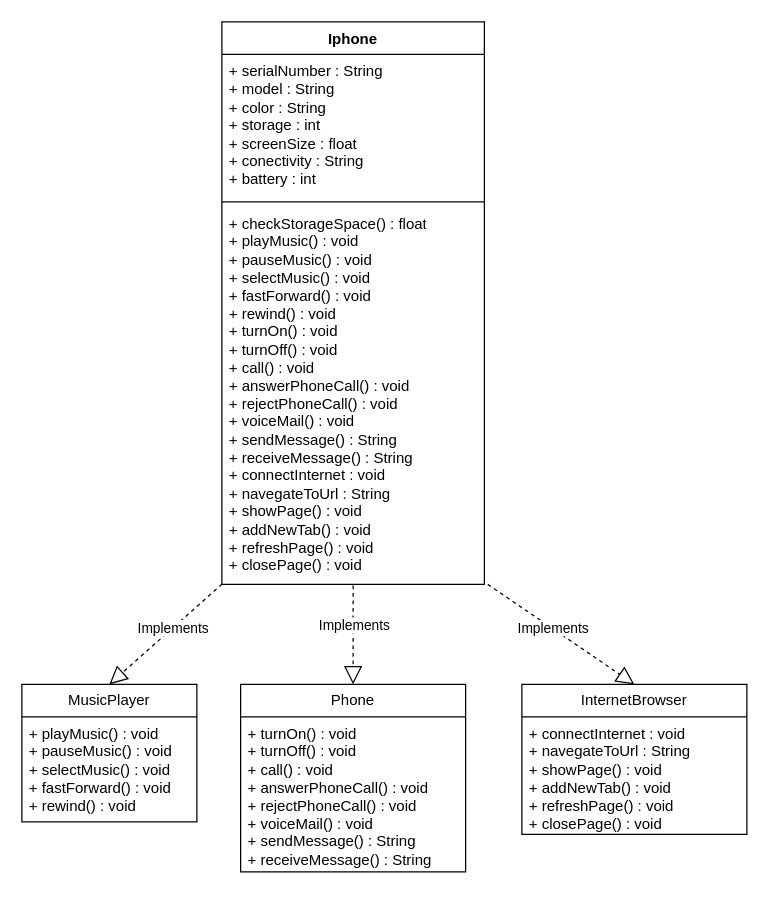
Earlier version of the draw.io diagram diagram/UML-Iphone.drawio (lucascbarone/java-iphone). Source tidied: cells renumbered, new cells numbered last; positions are measured from the earlier drawing's top-left corner, leaving out a move shared by most shapes. Both pictures are drawn from the tidied source at 125%, with x=0, y=0 at pixel (21, 21).
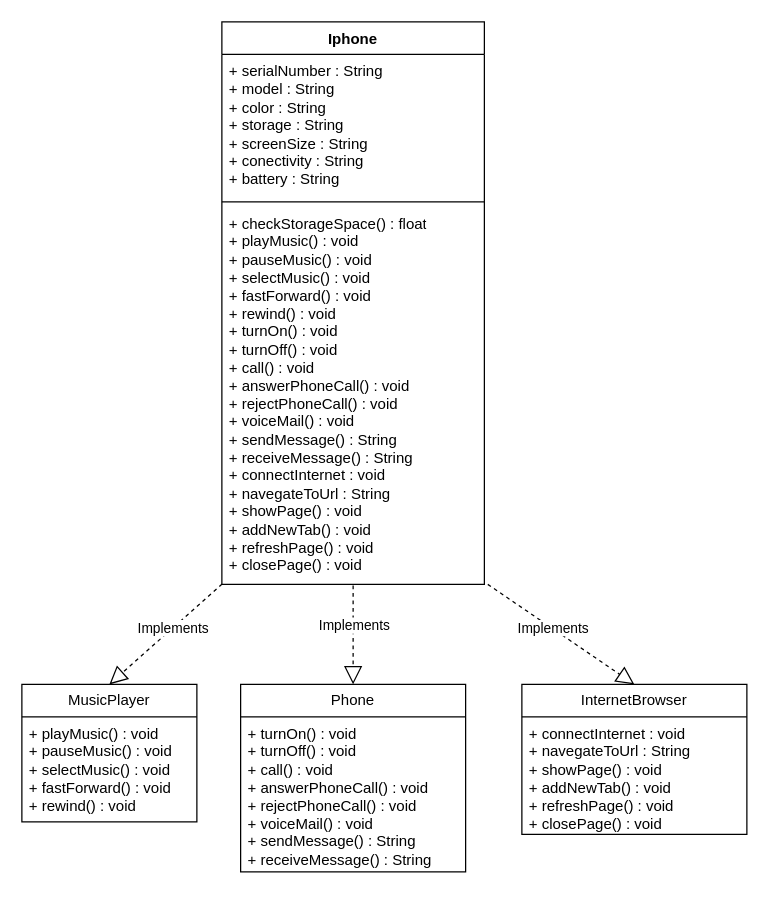
After the change.

Commit message (it also covers changes not shown here):
fixed some attributes types on diagram

The edit, as a diff of the source:
```diff
@@
 <mxGraphModel>
   <root>
     <mxCell id="0" />
     <mxCell id="1" parent="0" />
     <mxCell id="2" value="Iphone" style="swimlane;fontStyle=1;align=center;verticalAlign=top;horizontal=1;startSize=26;whiteSpace=wrap;html=1;" parent="1" vertex="1">
       <mxGeometry x="160" width="210" height="450" as="geometry" />
     </mxCell>
-    <mxCell id="3" value="&lt;div&gt;+ serialNumber : String&lt;/div&gt;&lt;div&gt;+ model : String&lt;/div&gt;&lt;div&gt;+ color : String&lt;/div&gt;&lt;div&gt;+ storage : int&lt;/div&gt;&lt;div&gt;&lt;div&gt;+ screenSize : float&lt;/div&gt;&lt;div&gt;+ conectivity : String&lt;br&gt;&lt;/div&gt;&lt;/div&gt;&lt;div&gt;+ battery : int&lt;br&gt;&lt;/div&gt;&lt;div&gt;&lt;br&gt;&lt;/div&gt;&lt;div&gt;&lt;br&gt;&lt;/div&gt;&lt;div&gt;&lt;br&gt;&lt;/div&gt;" style="text;strokeColor=none;fillColor=none;align=left;verticalAlign=top;spacingLeft=4;spacingRight=4;overflow=hidden;whiteSpace=wrap;html=1;" parent="2" vertex="1">
+    <mxCell id="3" value="&lt;div&gt;+ serialNumber : String&lt;/div&gt;&lt;div&gt;+ model : String&lt;/div&gt;&lt;div&gt;+ color : String&lt;/div&gt;&lt;div&gt;+ storage : String&lt;/div&gt;&lt;div&gt;&lt;div&gt;+ screenSize : String&lt;/div&gt;&lt;div&gt;+ conectivity : String&lt;br&gt;&lt;/div&gt;&lt;/div&gt;&lt;div&gt;+ battery : String&lt;/div&gt;&lt;div&gt;&lt;br&gt;&lt;/div&gt;&lt;div&gt;&lt;br&gt;&lt;/div&gt;&lt;div&gt;&lt;br&gt;&lt;/div&gt;" style="text;strokeColor=none;fillColor=none;align=left;verticalAlign=top;spacingLeft=4;spacingRight=4;overflow=hidden;whiteSpace=wrap;html=1;" parent="2" vertex="1">
       <mxGeometry y="26" width="210" height="114" as="geometry" />
     </mxCell>
     <mxCell id="4" style="line;strokeWidth=1;fillColor=none;align=left;verticalAlign=middle;spacingTop=-1;spacingLeft=3;spacingRight=3;labelPosition=right;strokeColor=inherit;" parent="2" vertex="1">
       <mxGeometry y="140" width="210" height="8" as="geometry" />
     </mxCell>
     <mxCell id="5" value="&lt;div&gt;+ checkStorageSpace() : float&lt;/div&gt;&lt;div&gt;+ playMusic() : void&lt;/div&gt;&lt;div&gt;+ pauseMusic() : void&lt;/div&gt;&lt;div&gt;+ selectMusic() : void&lt;/div&gt;&lt;div&gt;&lt;div&gt;+ fastForward() : void&lt;/div&gt;+ rewind() : void &lt;/div&gt;&lt;div&gt;&lt;div&gt;+ turnOn() : void&lt;/div&gt;+ turnOff() : void&lt;/div&gt;&lt;div&gt;+ call() : void&lt;/div&gt;&lt;div&gt;+ answerPhoneCall() : void&lt;/div&gt;&lt;div&gt;&lt;div&gt;&lt;div&gt;+ rejectPhoneCall() : void&lt;br&gt;&lt;/div&gt;&lt;div&gt;+ voiceMail() : void&lt;/div&gt;&lt;div&gt;+ sendMessage() : String&lt;/div&gt;+ receiveMessage() : String&lt;/div&gt;&lt;/div&gt;&lt;div&gt;+ connectInternet : void&lt;/div&gt;+ navegateToUrl : String&lt;div&gt;+ showPage() : void&lt;/div&gt;&lt;div&gt;+ addNewTab() : void&lt;/div&gt;&lt;div&gt;&lt;div&gt;+ refreshPage() : void&lt;/div&gt;&lt;div&gt;+ closePage() : void&lt;/div&gt;&lt;/div&gt;" style="text;strokeColor=none;fillColor=none;align=left;verticalAlign=top;spacingLeft=4;spacingRight=4;overflow=hidden;points=[[0,0.5],[1,0.5]];portConstraint=eastwest;whiteSpace=wrap;html=1;" parent="2" vertex="1">
       <mxGeometry y="148" width="210" height="302" as="geometry" />
     </mxCell>
     <mxCell id="6" value="MusicPlayer" style="swimlane;fontStyle=0;horizontal=1;startSize=26;fillColor=none;whiteSpace=wrap;html=1;" parent="1" vertex="1">
       <mxGeometry y="530" width="140" height="110" as="geometry" />
     </mxCell>
     <mxCell id="7" value="&lt;div&gt;+ playMusic() : void&lt;/div&gt;&lt;div&gt;+ pauseMusic() : void&lt;/div&gt;&lt;div&gt;+ selectMusic() : void&lt;/div&gt;&lt;div&gt;+ fastForward() : void&lt;/div&gt;&lt;div&gt;+ rewind() : void &lt;br&gt;&lt;/div&gt;&lt;div&gt;&lt;br&gt;&lt;/div&gt;" style="text;strokeColor=none;fillColor=none;align=left;verticalAlign=top;spacingLeft=4;spacingRight=4;overflow=hidden;whiteSpace=wrap;html=1;" parent="6" vertex="1">
       <mxGeometry y="26" width="140" height="84" as="geometry" />
     </mxCell>
     <mxCell id="8" value="Phone" style="swimlane;fontStyle=0;horizontal=1;startSize=26;fillColor=none;whiteSpace=wrap;html=1;" parent="1" vertex="1">
       <mxGeometry x="175" y="530" width="180" height="150" as="geometry" />
     </mxCell>
     <mxCell id="9" value="&lt;div&gt;+ turnOn() : void&lt;/div&gt;&lt;div&gt;+ turnOff() : void&lt;br&gt;&lt;/div&gt;&lt;div&gt;+ call() : void&lt;/div&gt;&lt;div&gt;+ answerPhoneCall() : void&lt;/div&gt;&lt;div&gt;+ rejectPhoneCall() : void&lt;br&gt;&lt;/div&gt;&lt;div&gt;+ voiceMail() : void&lt;/div&gt;&lt;div&gt;+ sendMessage() : String&lt;/div&gt;&lt;div&gt;+ receiveMessage() : String&lt;br&gt;&lt;/div&gt;" style="text;strokeColor=none;fillColor=none;align=left;verticalAlign=top;spacingLeft=4;spacingRight=4;overflow=hidden;whiteSpace=wrap;html=1;" parent="8" vertex="1">
       <mxGeometry y="26" width="180" height="124" as="geometry" />
     </mxCell>
     <mxCell id="10" value="InternetBrowser" style="swimlane;fontStyle=0;horizontal=1;startSize=26;fillColor=none;whiteSpace=wrap;html=1;" parent="1" vertex="1">
       <mxGeometry x="400" y="530" width="180" height="120" as="geometry" />
     </mxCell>
     <mxCell id="11" value="&lt;div&gt;+ connectInternet : void&lt;/div&gt;+ navegateToUrl : String&lt;div&gt;+ showPage() : void&lt;/div&gt;&lt;div&gt;+ addNewTab() : void&lt;/div&gt;&lt;div&gt;&lt;div&gt;+ refreshPage() : void&lt;/div&gt;&lt;div&gt;+ closePage() : void&lt;/div&gt;&lt;/div&gt;" style="text;strokeColor=none;fillColor=none;align=left;verticalAlign=top;spacingLeft=4;spacingRight=4;overflow=hidden;whiteSpace=wrap;html=1;" parent="10" vertex="1">
       <mxGeometry y="26" width="180" height="94" as="geometry" />
     </mxCell>
     <mxCell id="12" style="endArrow=block;dashed=1;endFill=0;endSize=12;html=1;rounded=0;exitX=0.001;exitY=0.999;exitDx=0;exitDy=0;exitPerimeter=0;entryX=0.5;entryY=0;entryDx=0;entryDy=0;" parent="1" edge="1" source="5" target="6">
       <mxGeometry relative="1" as="geometry" />
     </mxCell>
     <mxCell id="13" value="Implements" style="edgeLabel;html=1;align=center;verticalAlign=middle;" parent="12" vertex="1">
       <mxGeometry x="-0.12" relative="1" as="geometry" />
     </mxCell>
     <mxCell id="14" style="endArrow=block;dashed=1;endFill=0;endSize=12;html=1;rounded=0;entryX=0.5;entryY=0;entryDx=0;entryDy=0;exitX=0.5;exitY=1.003;exitDx=0;exitDy=0;exitPerimeter=0;" parent="1" edge="1" source="5" target="8">
       <mxGeometry relative="1" as="geometry" />
     </mxCell>
     <mxCell id="15" value="Implements" style="edgeLabel;html=1;align=center;verticalAlign=middle;" parent="14" vertex="1">
       <mxGeometry x="-0.18" relative="1" as="geometry" />
     </mxCell>
     <mxCell id="16" style="endArrow=block;dashed=1;endFill=0;endSize=12;html=1;rounded=0;exitX=1.013;exitY=1;exitDx=0;exitDy=0;exitPerimeter=0;entryX=0.5;entryY=0;entryDx=0;entryDy=0;" parent="1" edge="1" source="5" target="10">
       <mxGeometry relative="1" as="geometry" />
     </mxCell>
     <mxCell id="17" value="Implements" style="edgeLabel;html=1;align=center;verticalAlign=middle;" parent="16" vertex="1">
       <mxGeometry x="-0.13" y="1" relative="1" as="geometry" />
     </mxCell>
   </root>
 </mxGraphModel>
```
